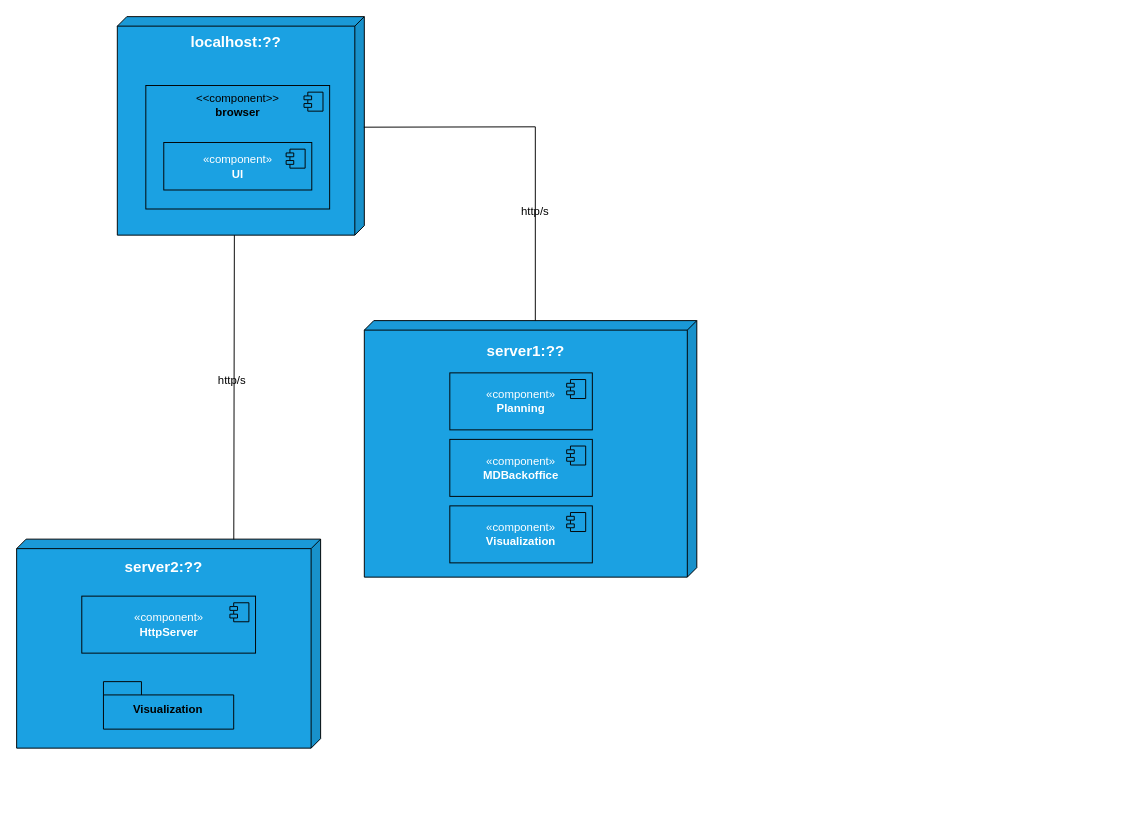
The draw.io diagram docs/sprint-2/team-decisions/views/physical-view/physical-vl2.drawio in rita-barbosa/LAPR5-2425, before the edit. Source tidied: cells renumbered, new cells numbered last; positions are measured from the earlier drawing's top-left corner, leaving out a move shared by most shapes. Both pictures are drawn from the tidied source at 95%, with x=0, y=0 at pixel (16, 16).
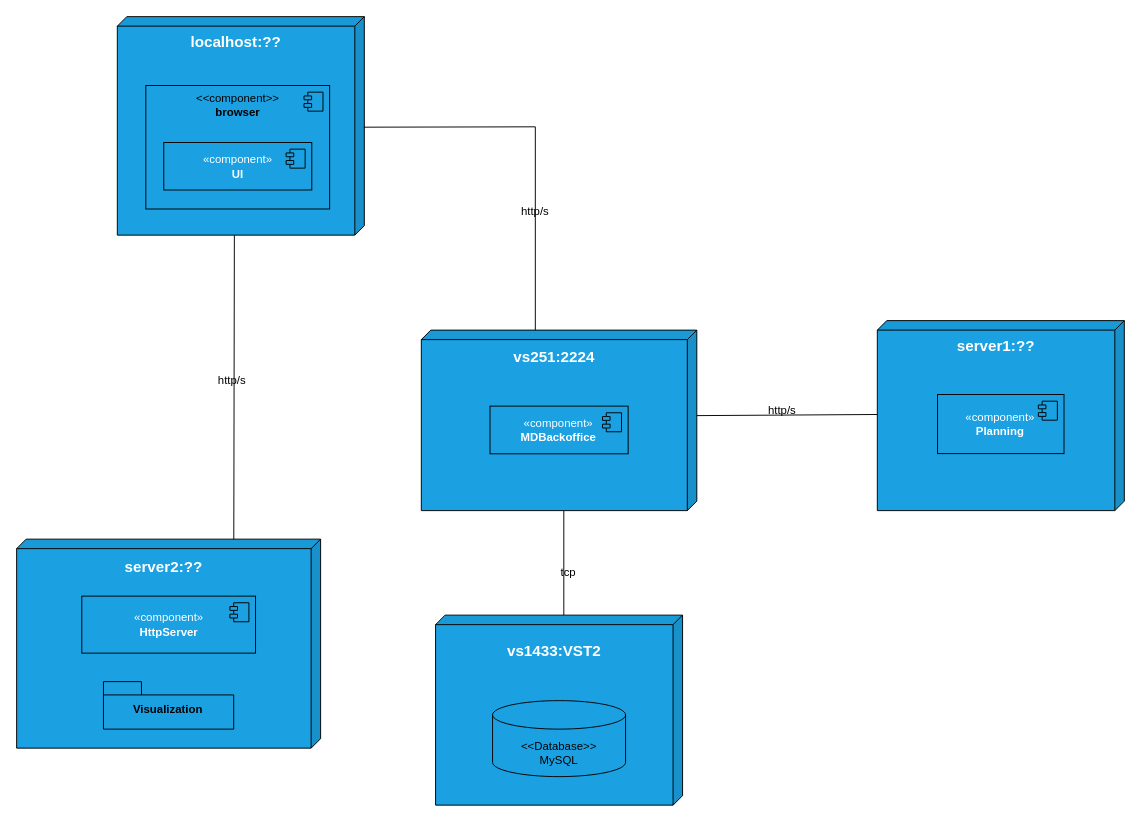
The same diagram, later.

Change to the diagram source:
```diff
@@
     <mxCell id="9" style="group;" parent="1" vertex="1">
-      <mxGeometry x="366" y="320" width="350" height="270" as="geometry" />
+      <mxGeometry x="426" y="330" width="290" height="190" as="geometry" />
     </mxCell>
-    <mxCell id="10" value="&lt;b&gt;&lt;font style=&quot;font-size: 16px;&quot;&gt;server1&lt;/font&gt;&lt;/b&gt;&lt;b style=&quot;background-color: initial;&quot;&gt;&lt;font style=&quot;font-size: 16px;&quot;&gt;:??&lt;/font&gt;&lt;/b&gt;&lt;div&gt;&lt;div&gt;&lt;b&gt;&lt;br&gt;&lt;/b&gt;&lt;/div&gt;&lt;div&gt;&lt;b&gt;&lt;br&gt;&lt;/b&gt;&lt;/div&gt;&lt;div&gt;&lt;b&gt;&lt;br&gt;&lt;/b&gt;&lt;/div&gt;&lt;div&gt;&lt;b&gt;&lt;br&gt;&lt;/b&gt;&lt;/div&gt;&lt;div&gt;&lt;b&gt;&lt;br&gt;&lt;/b&gt;&lt;/div&gt;&lt;div&gt;&lt;b&gt;&lt;br&gt;&lt;/b&gt;&lt;/div&gt;&lt;div&gt;&lt;b&gt;&lt;br&gt;&lt;/b&gt;&lt;/div&gt;&lt;div&gt;&lt;b&gt;&lt;br&gt;&lt;/b&gt;&lt;/div&gt;&lt;div style=&quot;&quot;&gt;&lt;b&gt;&lt;br&gt;&lt;/b&gt;&lt;/div&gt;&lt;div style=&quot;&quot;&gt;&lt;b&gt;&lt;br&gt;&lt;/b&gt;&lt;/div&gt;&lt;div style=&quot;&quot;&gt;&lt;b&gt;&lt;br&gt;&lt;/b&gt;&lt;/div&gt;&lt;div style=&quot;&quot;&gt;&lt;b&gt;&lt;br&gt;&lt;/b&gt;&lt;/div&gt;&lt;div style=&quot;&quot;&gt;&lt;b&gt;&lt;br&gt;&lt;/b&gt;&lt;/div&gt;&lt;div style=&quot;&quot;&gt;&lt;b&gt;&lt;br&gt;&lt;/b&gt;&lt;/div&gt;&lt;div style=&quot;&quot;&gt;&lt;b&gt;&lt;br&gt;&lt;/b&gt;&lt;/div&gt;&lt;/div&gt;" style="shape=cube;whiteSpace=wrap;html=1;boundedLbl=1;backgroundOutline=1;darkOpacity=0.05;darkOpacity2=0.1;size=10;rotation=0;shadow=0;flipV=0;flipH=1;fillColor=#1ba1e2;fontColor=#ffffff;strokeColor=#000000;" parent="9" vertex="1">
-      <mxGeometry width="350" height="270" as="geometry" />
+    <mxCell id="10" value="&lt;b&gt;&lt;font style=&quot;font-size: 16px;&quot;&gt;vs251&lt;/font&gt;&lt;/b&gt;&lt;b style=&quot;background-color: initial;&quot;&gt;&lt;font style=&quot;font-size: 16px;&quot;&gt;:2224&lt;/font&gt;&lt;/b&gt;&lt;div&gt;&lt;div&gt;&lt;b&gt;&lt;br&gt;&lt;/b&gt;&lt;/div&gt;&lt;div&gt;&lt;b&gt;&lt;br&gt;&lt;/b&gt;&lt;/div&gt;&lt;div&gt;&lt;b&gt;&lt;br&gt;&lt;/b&gt;&lt;/div&gt;&lt;div&gt;&lt;b&gt;&lt;br&gt;&lt;/b&gt;&lt;/div&gt;&lt;div&gt;&lt;b&gt;&lt;br&gt;&lt;/b&gt;&lt;/div&gt;&lt;div&gt;&lt;br&gt;&lt;/div&gt;&lt;div style=&quot;&quot;&gt;&lt;b&gt;&lt;br&gt;&lt;/b&gt;&lt;/div&gt;&lt;div style=&quot;&quot;&gt;&lt;b&gt;&lt;br&gt;&lt;/b&gt;&lt;/div&gt;&lt;div style=&quot;&quot;&gt;&lt;b&gt;&lt;br&gt;&lt;/b&gt;&lt;/div&gt;&lt;div style=&quot;&quot;&gt;&lt;b&gt;&lt;br&gt;&lt;/b&gt;&lt;/div&gt;&lt;/div&gt;" style="shape=cube;whiteSpace=wrap;html=1;boundedLbl=1;backgroundOutline=1;darkOpacity=0.05;darkOpacity2=0.1;size=10;rotation=0;shadow=0;flipV=0;flipH=1;fillColor=#1ba1e2;fontColor=#ffffff;strokeColor=#000000;" parent="9" vertex="1">
+      <mxGeometry width="290" height="190" as="geometry" />
     </mxCell>
     <mxCell id="11" value="«component»&lt;br&gt;&lt;b&gt;MDBackoffice&lt;/b&gt;" style="html=1;whiteSpace=wrap;fillColor=#1ba1e2;fontColor=#ffffff;strokeColor=#000000;" parent="9" vertex="1">
-      <mxGeometry x="90" y="125" width="150" height="60" as="geometry" />
+      <mxGeometry x="72.3" y="80" width="145.4" height="50.2" as="geometry" />
     </mxCell>
@@
-    <mxCell id="13" value="«component»&lt;br&gt;&lt;b&gt;Visualization&lt;/b&gt;" style="html=1;whiteSpace=wrap;fillColor=#1ba1e2;fontColor=#ffffff;strokeColor=#000000;" parent="9" vertex="1">
-      <mxGeometry x="90" y="195" width="150" height="60" as="geometry" />
-    </mxCell>
-    <mxCell id="14" style="shape=module;jettyWidth=8;jettyHeight=4;fillColor=#1ba1e2;fontColor=#ffffff;strokeColor=#000000;" parent="13" vertex="1">
-      <mxGeometry x="1" width="20" height="20" relative="1" as="geometry">
-        <mxPoint x="-27" y="7" as="offset" />
-      </mxGeometry>
-    </mxCell>
-    <mxCell id="15" value="«component»&lt;br&gt;&lt;b&gt;Planning&lt;/b&gt;" style="html=1;whiteSpace=wrap;fillColor=#1ba1e2;fontColor=#ffffff;strokeColor=#000000;" parent="9" vertex="1">
-      <mxGeometry x="90" y="55" width="150" height="60" as="geometry" />
-    </mxCell>
-    <mxCell id="16" style="shape=module;jettyWidth=8;jettyHeight=4;fillColor=#1ba1e2;fontColor=#ffffff;strokeColor=#000000;" parent="15" vertex="1">
-      <mxGeometry x="1" width="20" height="20" relative="1" as="geometry">
-        <mxPoint x="-27" y="7" as="offset" />
-      </mxGeometry>
-    </mxCell>
@@
+    <mxCell id="27" style="group;" parent="1" vertex="1">
+      <mxGeometry x="906" y="320" width="260" height="200" as="geometry" />
+    </mxCell>
+    <mxCell id="28" value="&lt;b&gt;&lt;font style=&quot;font-size: 16px;&quot;&gt;server1&lt;/font&gt;&lt;/b&gt;&lt;b style=&quot;background-color: initial;&quot;&gt;&lt;font style=&quot;font-size: 16px;&quot;&gt;:??&lt;/font&gt;&lt;/b&gt;&lt;div&gt;&lt;div&gt;&lt;b&gt;&lt;br&gt;&lt;/b&gt;&lt;/div&gt;&lt;div&gt;&lt;b&gt;&lt;br&gt;&lt;/b&gt;&lt;/div&gt;&lt;div&gt;&lt;b&gt;&lt;br&gt;&lt;/b&gt;&lt;/div&gt;&lt;div&gt;&lt;b&gt;&lt;br&gt;&lt;/b&gt;&lt;/div&gt;&lt;div&gt;&lt;b&gt;&lt;br&gt;&lt;/b&gt;&lt;/div&gt;&lt;div&gt;&lt;b&gt;&lt;br&gt;&lt;/b&gt;&lt;/div&gt;&lt;div&gt;&lt;b&gt;&lt;br&gt;&lt;/b&gt;&lt;/div&gt;&lt;div&gt;&lt;b&gt;&lt;br&gt;&lt;/b&gt;&lt;/div&gt;&lt;div style=&quot;&quot;&gt;&lt;br&gt;&lt;/div&gt;&lt;div style=&quot;&quot;&gt;&lt;b&gt;&lt;br&gt;&lt;/b&gt;&lt;/div&gt;&lt;div style=&quot;&quot;&gt;&lt;b&gt;&lt;br&gt;&lt;/b&gt;&lt;/div&gt;&lt;/div&gt;" style="shape=cube;whiteSpace=wrap;html=1;boundedLbl=1;backgroundOutline=1;darkOpacity=0.05;darkOpacity2=0.1;size=10;rotation=0;shadow=0;flipV=0;flipH=1;fillColor=#1ba1e2;fontColor=#ffffff;strokeColor=#000000;" parent="27" vertex="1">
+      <mxGeometry width="260" height="200" as="geometry" />
+    </mxCell>
+    <mxCell id="15" value="«component»&lt;br&gt;&lt;b&gt;Planning&lt;/b&gt;" style="html=1;whiteSpace=wrap;fillColor=#1ba1e2;fontColor=#ffffff;strokeColor=#000000;" parent="27" vertex="1">
+      <mxGeometry x="63.4" y="77.8" width="133.1" height="62.2" as="geometry" />
+    </mxCell>
+    <mxCell id="29" style="shape=module;jettyWidth=8;jettyHeight=4;fillColor=#1ba1e2;fontColor=#ffffff;strokeColor=#000000;" parent="15" vertex="1">
+      <mxGeometry x="1" width="20" height="20" relative="1" as="geometry">
+        <mxPoint x="-27" y="7" as="offset" />
+      </mxGeometry>
+    </mxCell>
+    <mxCell id="30" style="endArrow=none;startArrow=none;endFill=0;startFill=0;endSize=8;html=1;verticalAlign=bottom;labelBackgroundColor=none;strokeWidth=1;rounded=0;exitX=0;exitY=0;exitDx=0;exitDy=90;exitPerimeter=0;entryX=1.001;entryY=0.494;entryDx=0;entryDy=0;entryPerimeter=0;" parent="1" edge="1" source="10" target="28">
+      <mxGeometry relative="1" as="geometry" />
+    </mxCell>
+    <mxCell id="31" value="&lt;div&gt;http/s&lt;/div&gt;" style="text;html=1;align=center;verticalAlign=middle;whiteSpace=wrap;rounded=0;fillColor=none;strokeColor=none;" parent="1" vertex="1">
+      <mxGeometry x="766" y="390" width="80" height="50" as="geometry" />
+    </mxCell>
+    <mxCell id="32" style="group;" parent="1" vertex="1">
+      <mxGeometry x="441" y="630" width="260" height="200" as="geometry" />
+    </mxCell>
+    <mxCell id="33" value="&lt;div&gt;&lt;span style=&quot;font-size: 16px;&quot;&gt;&lt;b&gt;vs1433:VST2&lt;/b&gt;&lt;/span&gt;&lt;/div&gt;&lt;div&gt;&lt;span style=&quot;font-size: 16px;&quot;&gt;&lt;b&gt;&lt;br&gt;&lt;/b&gt;&lt;/span&gt;&lt;/div&gt;&lt;div&gt;&lt;span style=&quot;font-size: 16px;&quot;&gt;&lt;b&gt;&lt;br&gt;&lt;/b&gt;&lt;/span&gt;&lt;/div&gt;&lt;div&gt;&lt;span style=&quot;font-size: 16px;&quot;&gt;&lt;b&gt;&lt;br&gt;&lt;/b&gt;&lt;/span&gt;&lt;/div&gt;&lt;div&gt;&lt;span style=&quot;font-size: 16px;&quot;&gt;&lt;b&gt;&lt;br&gt;&lt;/b&gt;&lt;/span&gt;&lt;/div&gt;&lt;div&gt;&lt;span style=&quot;font-size: 16px;&quot;&gt;&lt;b&gt;&lt;br&gt;&lt;/b&gt;&lt;/span&gt;&lt;/div&gt;&lt;div&gt;&lt;span style=&quot;font-size: 16px;&quot;&gt;&lt;b&gt;&lt;br&gt;&lt;/b&gt;&lt;/span&gt;&lt;/div&gt;&lt;div&gt;&lt;span style=&quot;font-size: 16px;&quot;&gt;&lt;b&gt;&lt;br&gt;&lt;/b&gt;&lt;/span&gt;&lt;/div&gt;" style="shape=cube;whiteSpace=wrap;html=1;boundedLbl=1;backgroundOutline=1;darkOpacity=0.05;darkOpacity2=0.1;size=10;rotation=0;shadow=0;flipV=0;flipH=1;fillColor=#1ba1e2;fontColor=#ffffff;strokeColor=#000000;" parent="32" vertex="1">
+      <mxGeometry width="260" height="200" as="geometry" />
+    </mxCell>
+    <mxCell id="34" style="shape=cylinder3;whiteSpace=wrap;html=1;boundedLbl=1;backgroundOutline=1;size=15;fillColor=#1BA1E2;strokeColor=#030303;" parent="32" vertex="1">
+      <mxGeometry x="60" y="90" width="140" height="80" as="geometry" />
+    </mxCell>
+    <mxCell id="35" value="&lt;div&gt;&amp;lt;&amp;lt;Database&amp;gt;&amp;gt;&lt;/div&gt;&lt;div&gt;MySQL&lt;/div&gt;" style="text;html=1;align=center;verticalAlign=middle;whiteSpace=wrap;rounded=0;fillColor=none;strokeColor=none;" parent="32" vertex="1">
+      <mxGeometry x="90" y="120" width="80" height="50" as="geometry" />
+    </mxCell>
+    <mxCell id="36" style="endArrow=none;startArrow=none;endFill=0;startFill=0;endSize=8;html=1;verticalAlign=bottom;labelBackgroundColor=none;strokeWidth=1;rounded=0;entryX=0;entryY=0;entryDx=125;entryDy=0;entryPerimeter=0;" parent="1" edge="1" target="33">
+      <mxGeometry relative="1" as="geometry">
+        <mxPoint x="576" y="520" as="sourcePoint" />
+      </mxGeometry>
+    </mxCell>
+    <mxCell id="37" value="&lt;div&gt;tcp&lt;/div&gt;" style="text;html=1;align=center;verticalAlign=middle;whiteSpace=wrap;rounded=0;fillColor=none;strokeColor=none;" parent="1" vertex="1">
+      <mxGeometry x="541" y="560" width="80" height="50" as="geometry" />
+    </mxCell>
```
